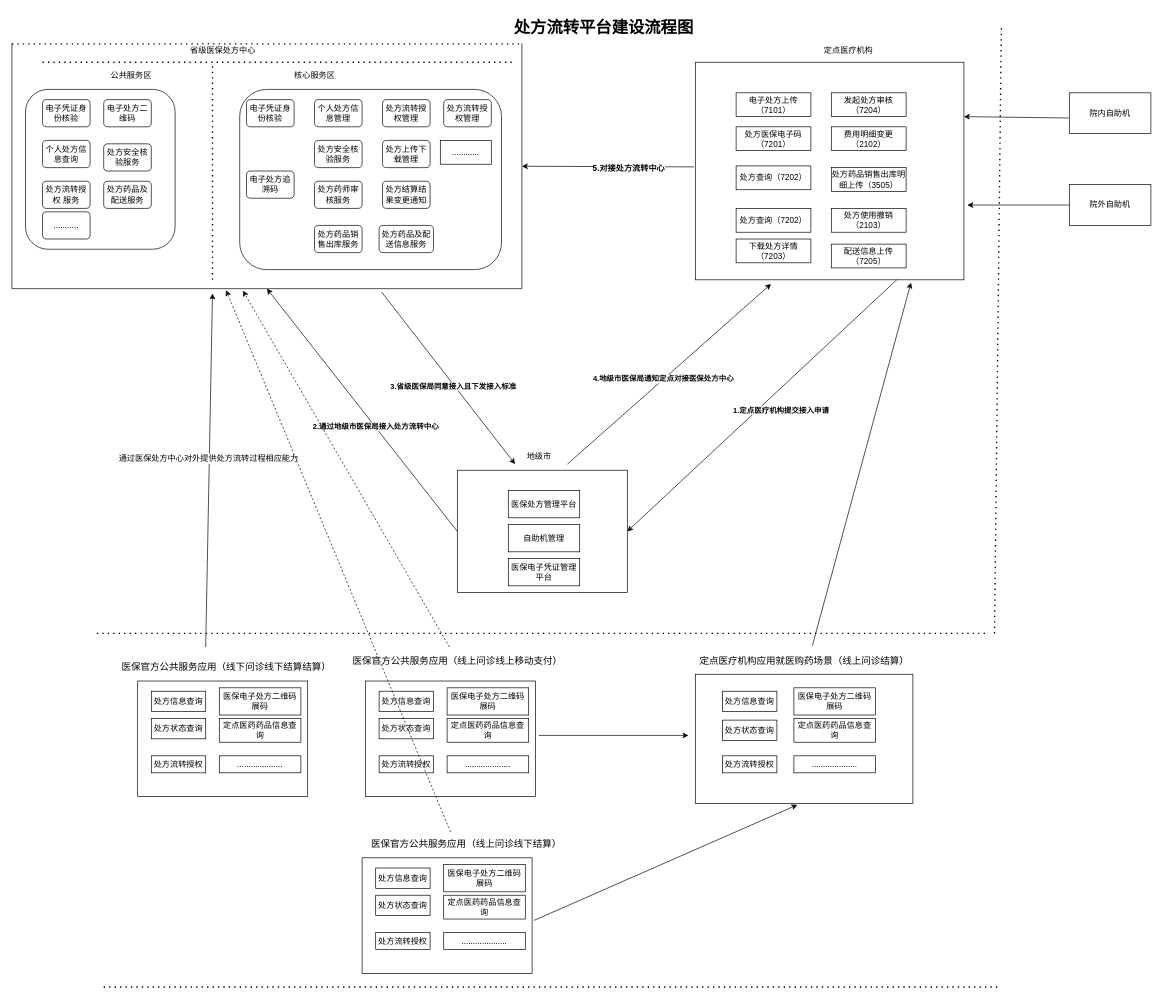
This is scis-master/Untitled Diagram.drawio from yangyutf/Springscxx, a draw.io file, before an edit. Source tidied: cells renumbered, new cells numbered last; positions are measured from the earlier drawing's top-left corner, leaving out a move shared by most shapes. Both pictures are drawn from the tidied source at 68%, with x=0, y=0 at pixel (12, 21).
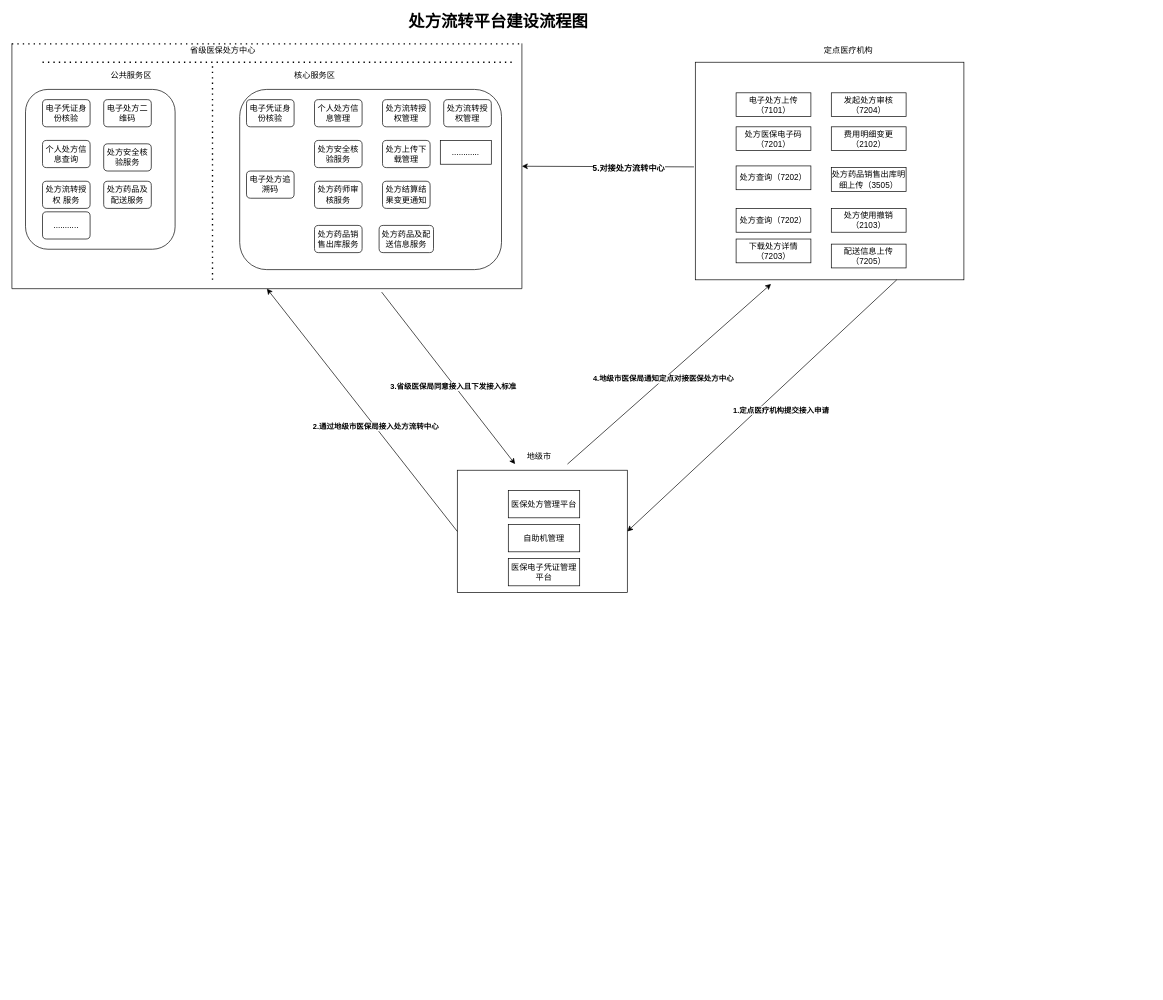
After the change.

Unchanged cells that the change refers to:
```xml
<mxCell id="29" style="rounded=0;whiteSpace=wrap;html=1;" parent="1" vertex="1">
  <mxGeometry x="1005" y="60" width="395" height="320" as="geometry" />
</mxCell>
<mxCell id="46" style="shape=partialRectangle;whiteSpace=wrap;html=1;bottom=1;right=1;left=1;top=0;fillColor=none;routingCenterX=-0.5;" parent="1" vertex="1">
  <mxGeometry y="33" width="750" height="360" as="geometry" />
</mxCell>
```

Diff of the diagram source:
```diff
@@
     <mxCell id="54" value="&lt;span style=&quot;font-size: 24px&quot;&gt;&lt;b&gt;处方流转平台建设流程图&lt;/b&gt;&lt;/span&gt;" style="text;html=1;align=center;verticalAlign=middle;strokeColor=none;fillColor=none;" parent="1" vertex="1">
-      <mxGeometry x="730" width="280" height="20" as="geometry" />
+      <mxGeometry x="575" y="-10" width="280" height="20" as="geometry" />
     </mxCell>
-    <mxCell id="55" style="endArrow=none;dashed=1;html=1;dashPattern=1 3;strokeWidth=2;rounded=0;fontSize=12;" parent="1" edge="1">
-      <mxGeometry relative="1" as="geometry">
-        <mxPoint x="125" y="900" as="sourcePoint" />
-        <mxPoint x="1435" y="900" as="targetPoint" />
-      </mxGeometry>
-    </mxCell>
-    <mxCell id="56" value="&lt;p class=&quot;MsoNormal&quot;&gt;&lt;br&gt;&lt;/p&gt;" style="rounded=0;whiteSpace=wrap;html=1;fontSize=12;" parent="1" vertex="1">
-      <mxGeometry x="185" y="970" width="250" height="170" as="geometry" />
-    </mxCell>
-    <mxCell id="57" value="&lt;p class=&quot;MsoNormal&quot;&gt;&lt;span style=&quot;font-family: &amp;#34;times new roman&amp;#34; ; font-size: 10.5000pt&quot;&gt;&lt;font face=&quot;宋体&quot;&gt;医保官方公共服务应用（线下问诊线下结算结算）&lt;/font&gt;&lt;/span&gt;&lt;/p&gt;" style="text;html=1;align=center;verticalAlign=middle;strokeColor=none;fillColor=none;fontSize=12;" parent="1" vertex="1">
-      <mxGeometry x="155" y="930" width="320" height="40" as="geometry" />
-    </mxCell>
-    <mxCell id="58" value="处方信息查询" style="rounded=0;whiteSpace=wrap;html=1;fontSize=12;" parent="1" vertex="1">
-      <mxGeometry x="205" y="985" width="80" height="30" as="geometry" />
-    </mxCell>
-    <mxCell id="59" value="处方状态查询" style="rounded=0;whiteSpace=wrap;html=1;fontSize=12;" parent="1" vertex="1">
-      <mxGeometry x="205" y="1025" width="80" height="30" as="geometry" />
-    </mxCell>
-    <mxCell id="60" value="医保电子处方二维码展码" style="rounded=0;whiteSpace=wrap;html=1;fontSize=12;" parent="1" vertex="1">
-      <mxGeometry x="305" y="980" width="120" height="40" as="geometry" />
-    </mxCell>
-    <mxCell id="61" value="处方流转授权" style="rounded=0;whiteSpace=wrap;html=1;fontSize=12;" parent="1" vertex="1">
-      <mxGeometry x="205" y="1080" width="80" height="25" as="geometry" />
-    </mxCell>
-    <mxCell id="62" value="定点医药药品信息查询" style="rounded=0;whiteSpace=wrap;html=1;fontSize=12;" parent="1" vertex="1">
-      <mxGeometry x="305" y="1025" width="120" height="35" as="geometry" />
-    </mxCell>
-    <mxCell id="63" value="...................." style="rounded=0;whiteSpace=wrap;html=1;fontSize=12;" parent="1" vertex="1">
-      <mxGeometry x="305" y="1080" width="120" height="25" as="geometry" />
-    </mxCell>
-    <mxCell id="64" style="endArrow=classic;html=1;rounded=0;fontSize=12;" parent="1" edge="1">
-      <mxGeometry relative="1" as="geometry">
-        <mxPoint x="285" y="920" as="sourcePoint" />
-        <mxPoint x="295" y="400" as="targetPoint" />
-      </mxGeometry>
-    </mxCell>
-    <mxCell id="65" value="通过医保处方中心对外提供处方流转过程相应能力" style="edgeLabel;html=1;align=center;verticalAlign=middle;fontSize=12;" parent="64" vertex="1">
-      <mxGeometry x="0.07" y="2" relative="1" as="geometry" />
-    </mxCell>
-    <mxCell id="66" style="endArrow=none;dashed=1;html=1;dashPattern=1 3;strokeWidth=2;rounded=0;fontSize=12;" parent="1" edge="1">
-      <mxGeometry relative="1" as="geometry">
-        <mxPoint x="1445" y="900" as="sourcePoint" />
-        <mxPoint x="1455" y="10" as="targetPoint" />
-      </mxGeometry>
-    </mxCell>
-    <mxCell id="67" value="院内自助机" style="rounded=0;whiteSpace=wrap;html=1;fontSize=12;" parent="1" vertex="1">
-      <mxGeometry x="1555" y="105" width="120" height="60" as="geometry" />
-    </mxCell>
@@
-    <mxCell id="71" value="院外自助机" style="rounded=0;whiteSpace=wrap;html=1;fontSize=12;" parent="1" vertex="1">
-      <mxGeometry x="1555" y="240" width="120" height="60" as="geometry" />
-    </mxCell>
-    <mxCell id="72" style="endArrow=classic;html=1;rounded=0;fontSize=12;entryX=1;entryY=0.25;entryDx=0;entryDy=0;exitX=-0.008;exitY=0.617;exitDx=0;exitDy=0;exitPerimeter=0;" parent="1" edge="1" source="67" target="29">
-      <mxGeometry relative="1" as="geometry" />
-    </mxCell>
-    <mxCell id="73" style="endArrow=classic;html=1;rounded=0;fontSize=12;exitX=0;exitY=0.5;exitDx=0;exitDy=0;" parent="1" edge="1" source="71">
-      <mxGeometry relative="1" as="geometry">
-        <mxPoint x="1405" y="270" as="targetPoint" />
-      </mxGeometry>
-    </mxCell>
-    <mxCell id="74" style="rounded=0;whiteSpace=wrap;html=1;fontSize=12;" parent="1" vertex="1">
-      <mxGeometry x="1005" y="960" width="320" height="190" as="geometry" />
-    </mxCell>
-    <mxCell id="75" value="&lt;p class=&quot;MsoNormal&quot;&gt;&lt;span style=&quot;font-family: &amp;#34;times new roman&amp;#34; ; font-size: 10.5000pt&quot;&gt;&lt;font face=&quot;宋体&quot;&gt;定点医疗机构应用就医购药场景（线上问诊结算）&lt;/font&gt;&lt;/span&gt;&lt;/p&gt;" style="text;html=1;align=center;verticalAlign=middle;points=[];strokeColor=none;fillColor=none;fontSize=12;" parent="1" vertex="1">
-      <mxGeometry x="1005" y="920" width="320" height="40" as="geometry" />
-    </mxCell>
-    <mxCell id="76" value="处方信息查询" style="rounded=0;whiteSpace=wrap;html=1;fontSize=12;" parent="1" vertex="1">
-      <mxGeometry x="1045" y="985" width="80" height="30" as="geometry" />
-    </mxCell>
-    <mxCell id="77" value="处方状态查询" style="rounded=0;whiteSpace=wrap;html=1;fontSize=12;" parent="1" vertex="1">
-      <mxGeometry x="1045" y="1027.5" width="80" height="30" as="geometry" />
-    </mxCell>
-    <mxCell id="78" value="医保电子处方二维码展码" style="rounded=0;whiteSpace=wrap;html=1;fontSize=12;" parent="1" vertex="1">
-      <mxGeometry x="1150" y="980" width="120" height="40" as="geometry" />
-    </mxCell>
-    <mxCell id="79" value="处方流转授权" style="rounded=0;whiteSpace=wrap;html=1;fontSize=12;" parent="1" vertex="1">
-      <mxGeometry x="1045" y="1080" width="80" height="25" as="geometry" />
-    </mxCell>
-    <mxCell id="80" value="定点医药药品信息查询" style="rounded=0;whiteSpace=wrap;html=1;fontSize=12;" parent="1" vertex="1">
-      <mxGeometry x="1150" y="1025" width="120" height="35" as="geometry" />
-    </mxCell>
-    <mxCell id="81" value="...................." style="rounded=0;whiteSpace=wrap;html=1;fontSize=12;" parent="1" vertex="1">
-      <mxGeometry x="1150" y="1080" width="120" height="25" as="geometry" />
-    </mxCell>
-    <mxCell id="82" value="&lt;p class=&quot;MsoNormal&quot;&gt;&lt;br&gt;&lt;/p&gt;" style="rounded=0;whiteSpace=wrap;html=1;fontSize=12;" parent="1" vertex="1">
-      <mxGeometry x="520" y="970" width="250" height="170" as="geometry" />
-    </mxCell>
-    <mxCell id="83" value="&lt;p class=&quot;MsoNormal&quot;&gt;&lt;span style=&quot;font-family: &amp;#34;times new roman&amp;#34; ; font-size: 10.5000pt&quot;&gt;&lt;font face=&quot;宋体&quot;&gt;医保官方公共服务应用（线上问诊线上移动支付）&lt;/font&gt;&lt;/span&gt;&lt;/p&gt;" style="text;html=1;align=center;verticalAlign=middle;points=[];strokeColor=none;fillColor=none;fontSize=12;" parent="1" vertex="1">
-      <mxGeometry x="495" y="920" width="320" height="40" as="geometry" />
-    </mxCell>
-    <mxCell id="84" value="处方信息查询" style="rounded=0;whiteSpace=wrap;html=1;fontSize=12;" parent="1" vertex="1">
-      <mxGeometry x="540" y="985" width="80" height="30" as="geometry" />
-    </mxCell>
-    <mxCell id="85" value="处方状态查询" style="rounded=0;whiteSpace=wrap;html=1;fontSize=12;" parent="1" vertex="1">
-      <mxGeometry x="540" y="1025" width="80" height="30" as="geometry" />
-    </mxCell>
-    <mxCell id="86" value="医保电子处方二维码展码" style="rounded=0;whiteSpace=wrap;html=1;fontSize=12;" parent="1" vertex="1">
-      <mxGeometry x="640" y="980" width="120" height="40" as="geometry" />
-    </mxCell>
-    <mxCell id="87" value="处方流转授权" style="rounded=0;whiteSpace=wrap;html=1;fontSize=12;" parent="1" vertex="1">
-      <mxGeometry x="540" y="1080" width="80" height="25" as="geometry" />
-    </mxCell>
-    <mxCell id="88" value="定点医药药品信息查询" style="rounded=0;whiteSpace=wrap;html=1;fontSize=12;" parent="1" vertex="1">
-      <mxGeometry x="640" y="1025" width="120" height="35" as="geometry" />
-    </mxCell>
-    <mxCell id="89" value="...................." style="rounded=0;whiteSpace=wrap;html=1;fontSize=12;" parent="1" vertex="1">
-      <mxGeometry x="640" y="1080" width="120" height="25" as="geometry" />
-    </mxCell>
-    <mxCell id="90" style="endArrow=classic;html=1;rounded=0;fontSize=12;" parent="1" edge="1">
-      <mxGeometry relative="1" as="geometry">
-        <mxPoint x="775" y="1050" as="sourcePoint" />
-        <mxPoint x="995" y="1050" as="targetPoint" />
-      </mxGeometry>
-    </mxCell>
-    <mxCell id="91" style="endArrow=classic;html=1;rounded=0;fontSize=12;entryX=0.803;entryY=1.013;entryDx=0;entryDy=0;entryPerimeter=0;exitX=0.538;exitY=-0.05;exitDx=0;exitDy=0;exitPerimeter=0;" parent="1" edge="1" source="75" target="29">
-      <mxGeometry relative="1" as="geometry" />
-    </mxCell>
-    <mxCell id="92" style="endArrow=none;dashed=1;html=1;dashPattern=1 3;strokeWidth=2;rounded=0;fontSize=12;" parent="1" edge="1">
-      <mxGeometry relative="1" as="geometry">
-        <mxPoint x="135" y="1420" as="sourcePoint" />
-        <mxPoint x="1455" y="1420" as="targetPoint" />
-      </mxGeometry>
-    </mxCell>
-    <mxCell id="93" value="&lt;p class=&quot;MsoNormal&quot;&gt;&lt;br&gt;&lt;/p&gt;" style="rounded=0;whiteSpace=wrap;html=1;fontSize=12;" parent="1" vertex="1">
-      <mxGeometry x="515" y="1230" width="250" height="170" as="geometry" />
-    </mxCell>
-    <mxCell id="94" value="处方信息查询" style="rounded=0;whiteSpace=wrap;html=1;fontSize=12;" parent="1" vertex="1">
-      <mxGeometry x="535" y="1245" width="80" height="30" as="geometry" />
-    </mxCell>
-    <mxCell id="95" value="处方状态查询" style="rounded=0;whiteSpace=wrap;html=1;fontSize=12;" parent="1" vertex="1">
-      <mxGeometry x="535" y="1285" width="80" height="30" as="geometry" />
-    </mxCell>
-    <mxCell id="96" value="医保电子处方二维码展码" style="rounded=0;whiteSpace=wrap;html=1;fontSize=12;" parent="1" vertex="1">
-      <mxGeometry x="635" y="1240" width="120" height="40" as="geometry" />
-    </mxCell>
-    <mxCell id="97" value="处方流转授权" style="rounded=0;whiteSpace=wrap;html=1;fontSize=12;" parent="1" vertex="1">
-      <mxGeometry x="535" y="1340" width="80" height="25" as="geometry" />
-    </mxCell>
-    <mxCell id="98" value="定点医药药品信息查询" style="rounded=0;whiteSpace=wrap;html=1;fontSize=12;" parent="1" vertex="1">
-      <mxGeometry x="635" y="1285" width="120" height="35" as="geometry" />
-    </mxCell>
-    <mxCell id="99" value="...................." style="rounded=0;whiteSpace=wrap;html=1;fontSize=12;" parent="1" vertex="1">
-      <mxGeometry x="635" y="1340" width="120" height="25" as="geometry" />
-    </mxCell>
-    <mxCell id="100" value="&lt;p class=&quot;MsoNormal&quot;&gt;&lt;span style=&quot;font-family: &amp;#34;times new roman&amp;#34; ; font-size: 10.5000pt&quot;&gt;&lt;font face=&quot;宋体&quot;&gt;医保官方公共服务应用（线上问诊线下结算）&lt;/font&gt;&lt;/span&gt;&lt;/p&gt;" style="text;html=1;align=center;verticalAlign=middle;points=[];strokeColor=none;fillColor=none;fontSize=12;" parent="1" vertex="1">
-      <mxGeometry x="517.5" y="1190" width="300" height="40" as="geometry" />
-    </mxCell>
-    <mxCell id="101" style="endArrow=classic;html=1;rounded=0;fontSize=12;exitX=1.012;exitY=0.541;exitDx=0;exitDy=0;exitPerimeter=0;entryX=0.469;entryY=1.011;entryDx=0;entryDy=0;entryPerimeter=0;" parent="1" edge="1" source="93" target="74">
-      <mxGeometry relative="1" as="geometry" />
-    </mxCell>
-    <mxCell id="102" style="endArrow=classic;html=1;rounded=0;fontSize=12;entryX=0.453;entryY=1.008;entryDx=0;entryDy=0;entryPerimeter=0;dashed=1;" parent="1" edge="1" source="83" target="46">
-      <mxGeometry relative="1" as="geometry" />
-    </mxCell>
-    <mxCell id="103" style="endArrow=classic;html=1;rounded=0;fontSize=12;entryX=0.42;entryY=1.006;entryDx=0;entryDy=0;entryPerimeter=0;exitX=0.425;exitY=0.05;exitDx=0;exitDy=0;exitPerimeter=0;dashed=1;" parent="1" edge="1" source="100" target="46">
-      <mxGeometry relative="1" as="geometry" />
-    </mxCell>
```
